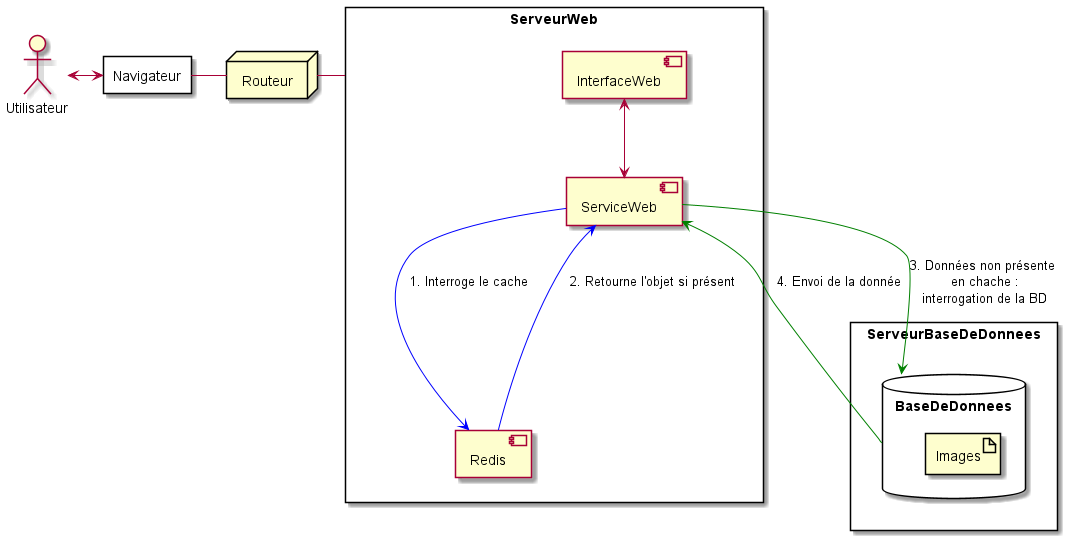
Earlier version of the PlantUML export conception/d_deployment/d_deployment.png (prodageo/mniproj2020b-2020a70b). The source it was exported from:
```plantuml
@startuml


rectangle "ServeurWeb"  as WS{
    component InterfaceWeb as IW
    component ServiceWeb as Service
    component Redis as Cache
}

node Routeur

rectangle "Navigateur"  as WB {

}


rectangle "ServeurBaseDeDonnees"  as DS{
    database BaseDeDonnees as database {
        artifact Images
    }
}


actor Utilisateur as User



User <-right-> WB

WB -right- Routeur
Routeur -right- WS

IW <--> Service
Service --> Cache #blue: "1. Interroge le cache"
Cache --> Service #blue: "2. Retourne l'objet si présent"


Service <-- database #green: "4. Envoi de la donnée"
Service --> database #green: "3. Données non présente \nen chache :\ninterrogation de la BD"


@enduml
```
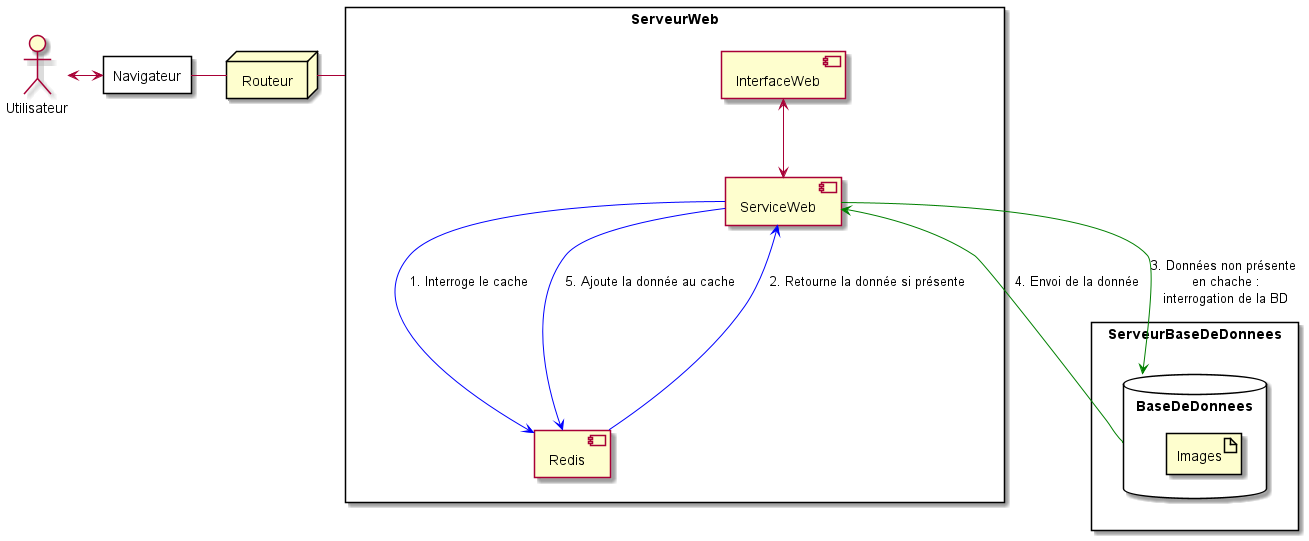
After the change.

Commit message:
Correctif d_deployment

The edit, as a diff of the source:
```diff
@@ -32,7 +32,8 @@
 
 IW <--> Service
 Service --> Cache #blue: "1. Interroge le cache"
-Cache --> Service #blue: "2. Retourne l'objet si présent"
+Cache --> Service #blue: "2. Retourne la donnée si présente"
+Service --> Cache #blue: "5. Ajoute la donnée au cache"
 
 
 Service <-- database #green: "4. Envoi de la donnée"
```
